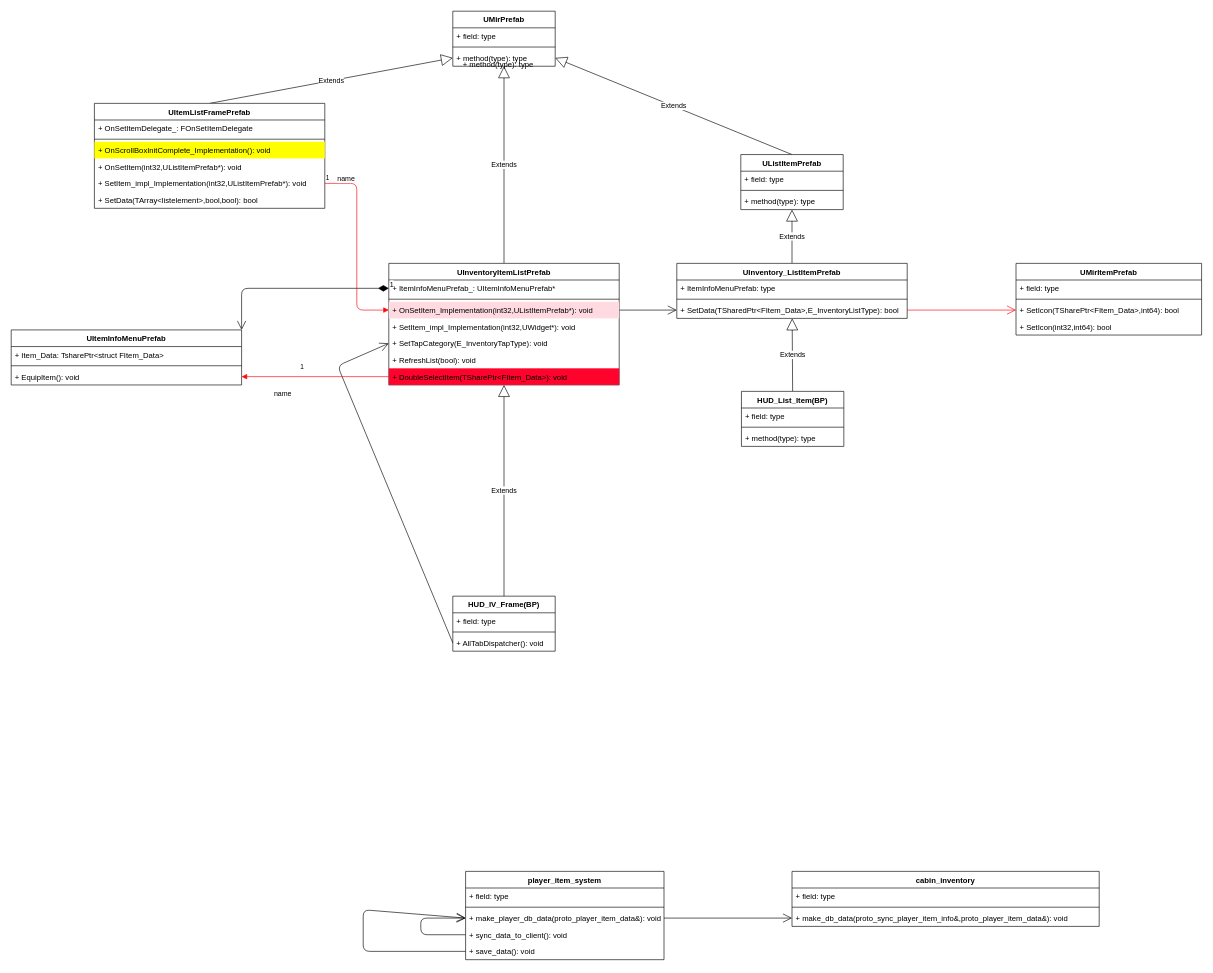
This is 10.背包相关/客户端背包相关逻辑.drawio from z794145458-del/WeFiles, a draw.io file, before an edit. Source tidied: cells renumbered, new cells numbered last; positions are measured from the earlier drawing's top-left corner, leaving out a move shared by most shapes. Both pictures are drawn from the tidied source at 64%, with x=0, y=0 at pixel (11, 11).
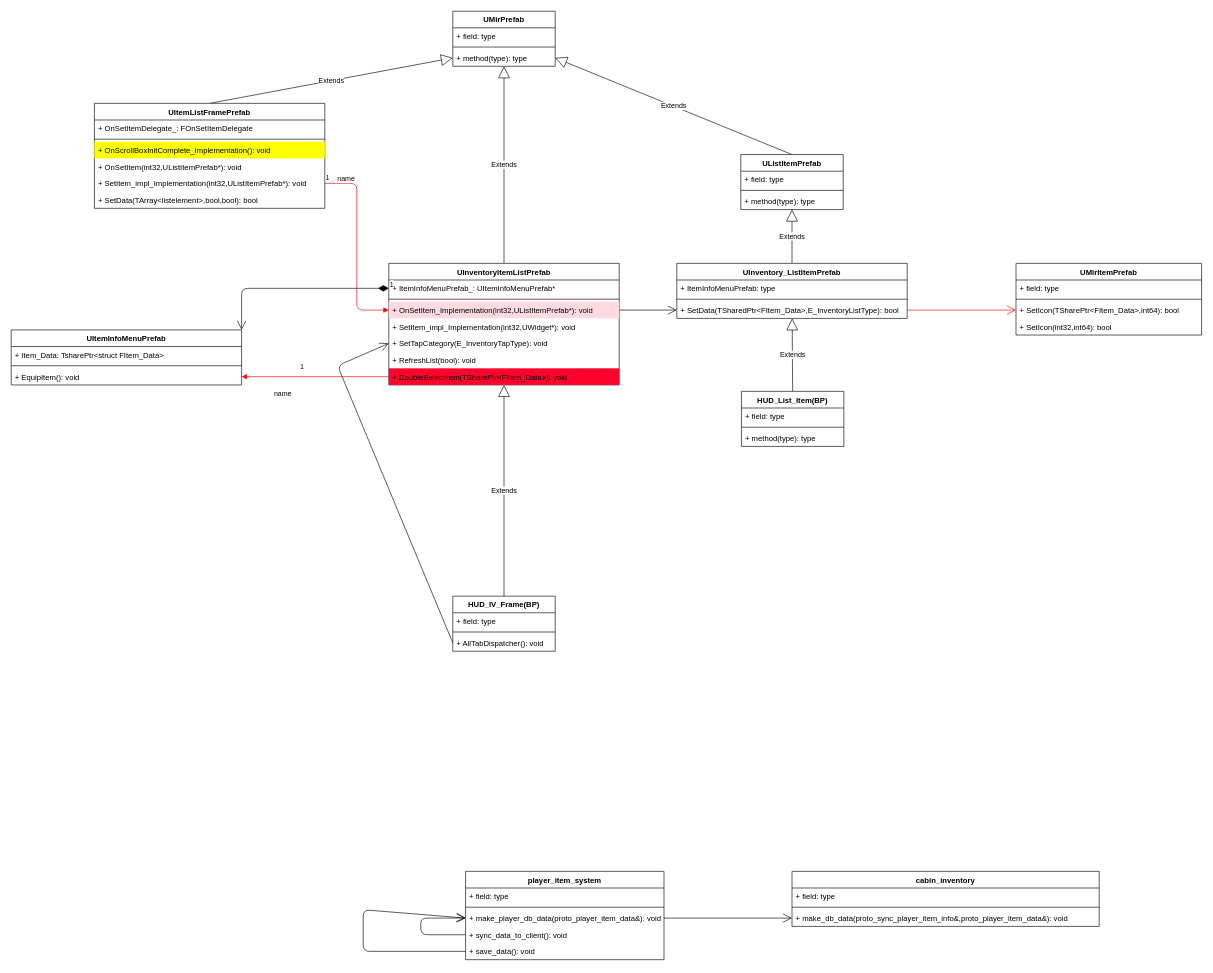
After the change.

Change to the diagram source:
```diff
@@
-    <mxCell id="58" value="+ method(type): type" style="text;strokeColor=none;fillColor=none;align=left;verticalAlign=top;spacingLeft=4;spacingRight=4;overflow=hidden;" parent="1" vertex="1">
-      <mxGeometry x="700" y="70" width="160" height="26" as="geometry" />
-    </mxCell>
```
